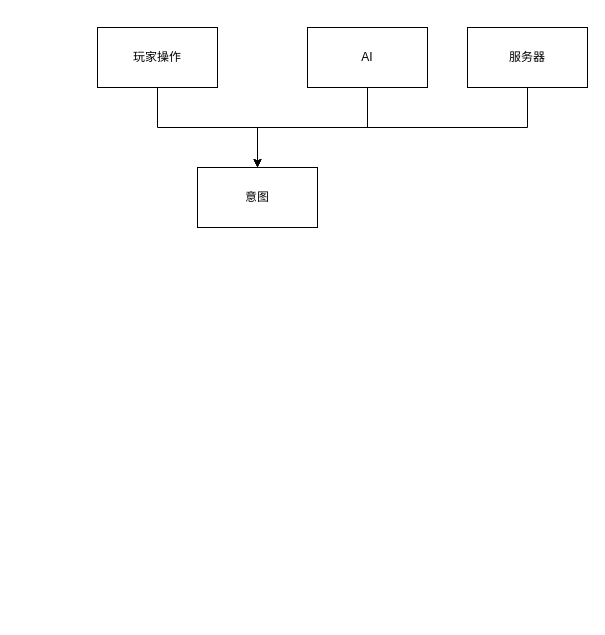
Before: game.drawio in Vec9527/draw_io_file, a draw.io diagram. Source tidied: cells renumbered, new cells numbered last; positions are measured from the earlier drawing's top-left corner, leaving out a move shared by most shapes. Both pictures are drawn from the tidied source at 100%, with x=0, y=0 at pixel (97, 27).
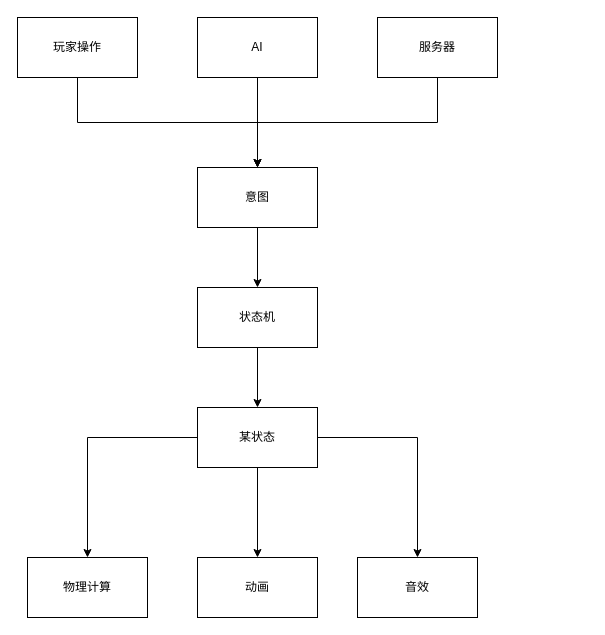
The same diagram, later.

The edit, as a diff of the source:
```diff
@@
 <mxGraphModel>
   <root>
     <mxCell id="0" />
     <mxCell id="1" parent="0" />
     <mxCell id="2" style="edgeStyle=orthogonalEdgeStyle;rounded=0;jettySize=auto;html=1;exitX=0.5;exitY=1;exitDx=0;exitDy=0;" parent="1" edge="1" source="3" target="4">
       <mxGeometry relative="1" as="geometry" />
     </mxCell>
     <mxCell id="3" value="玩家操作" style="rounded=0;whiteSpace=wrap;html=1;" parent="1" vertex="1">
-      <mxGeometry width="120" height="60" as="geometry" />
+      <mxGeometry x="-80" y="-10" width="120" height="60" as="geometry" />
     </mxCell>
+    <mxCell id="9" style="edgeStyle=orthogonalEdgeStyle;rounded=0;jettySize=auto;html=1;entryX=0.5;entryY=0;entryDx=0;entryDy=0;" parent="1" edge="1" source="4" target="11">
+      <mxGeometry relative="1" as="geometry" />
+    </mxCell>
     <mxCell id="4" value="意图" style="whiteSpace=wrap;html=1;" parent="1" vertex="1">
       <mxGeometry x="100" y="140" width="120" height="60" as="geometry" />
     </mxCell>
     <mxCell id="5" style="edgeStyle=orthogonalEdgeStyle;rounded=0;jettySize=auto;html=1;entryX=0.5;entryY=0;entryDx=0;entryDy=0;" parent="1" edge="1" source="6" target="4">
       <mxGeometry relative="1" as="geometry" />
     </mxCell>
     <mxCell id="6" value="AI" style="whiteSpace=wrap;html=1;" parent="1" vertex="1">
-      <mxGeometry x="210" width="120" height="60" as="geometry" />
+      <mxGeometry x="100" y="-10" width="120" height="60" as="geometry" />
     </mxCell>
     <mxCell id="7" style="edgeStyle=orthogonalEdgeStyle;rounded=0;jettySize=auto;html=1;exitX=0.5;exitY=1;exitDx=0;exitDy=0;entryX=0.5;entryY=0;entryDx=0;entryDy=0;" parent="1" edge="1" source="8" target="4">
       <mxGeometry relative="1" as="geometry" />
     </mxCell>
     <mxCell id="8" value="服务器" style="whiteSpace=wrap;html=1;" parent="1" vertex="1">
-      <mxGeometry x="370" width="120" height="60" as="geometry" />
+      <mxGeometry x="280" y="-10" width="120" height="60" as="geometry" />
     </mxCell>
+    <mxCell id="10" style="edgeStyle=orthogonalEdgeStyle;rounded=0;jettySize=auto;html=1;" parent="1" edge="1" source="11" target="15">
+      <mxGeometry relative="1" as="geometry" />
+    </mxCell>
+    <mxCell id="11" value="状态机" style="whiteSpace=wrap;html=1;" parent="1" vertex="1">
+      <mxGeometry x="100" y="260" width="120" height="60" as="geometry" />
+    </mxCell>
+    <mxCell id="12" style="edgeStyle=orthogonalEdgeStyle;rounded=0;jettySize=auto;html=1;entryX=0.5;entryY=0;entryDx=0;entryDy=0;" parent="1" edge="1" source="15" target="17">
+      <mxGeometry relative="1" as="geometry" />
+    </mxCell>
+    <mxCell id="13" style="edgeStyle=orthogonalEdgeStyle;rounded=0;jettySize=auto;html=1;entryX=0.5;entryY=0;entryDx=0;entryDy=0;" parent="1" edge="1" source="15" target="16">
+      <mxGeometry relative="1" as="geometry" />
+    </mxCell>
+    <mxCell id="14" style="edgeStyle=orthogonalEdgeStyle;rounded=0;jettySize=auto;html=1;entryX=0.5;entryY=0;entryDx=0;entryDy=0;" parent="1" edge="1" source="15" target="18">
+      <mxGeometry relative="1" as="geometry" />
+    </mxCell>
+    <mxCell id="15" value="某状态" style="whiteSpace=wrap;html=1;" parent="1" vertex="1">
+      <mxGeometry x="100" y="380" width="120" height="60" as="geometry" />
+    </mxCell>
+    <mxCell id="16" value="物理计算" style="whiteSpace=wrap;html=1;" parent="1" vertex="1">
+      <mxGeometry x="-70" y="530" width="120" height="60" as="geometry" />
+    </mxCell>
+    <mxCell id="17" value="动画" style="whiteSpace=wrap;html=1;" parent="1" vertex="1">
+      <mxGeometry x="100" y="530" width="120" height="60" as="geometry" />
+    </mxCell>
+    <mxCell id="18" value="音效" style="whiteSpace=wrap;html=1;" parent="1" vertex="1">
+      <mxGeometry x="260" y="530" width="120" height="60" as="geometry" />
+    </mxCell>
   </root>
 </mxGraphModel>
```
